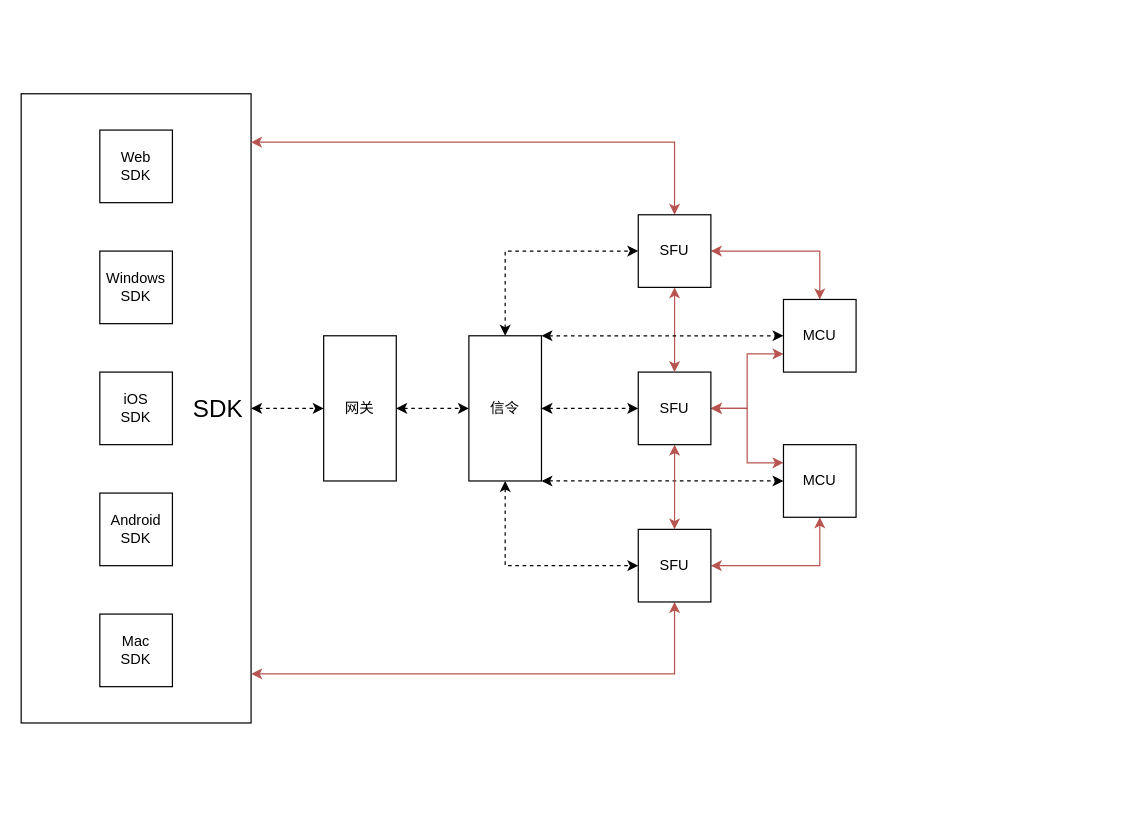
Earlier version of the draw.io diagram page "Page-8" (6 of 16) of Untitled Diagram.drawio (craterone/imgs). Source tidied: cells renumbered, new cells numbered last; positions are measured from the earlier drawing's top-left corner, leaving out a move shared by most shapes. Both pictures are drawn from the tidied source at 121%, with x=0, y=0 at pixel (21, 93).
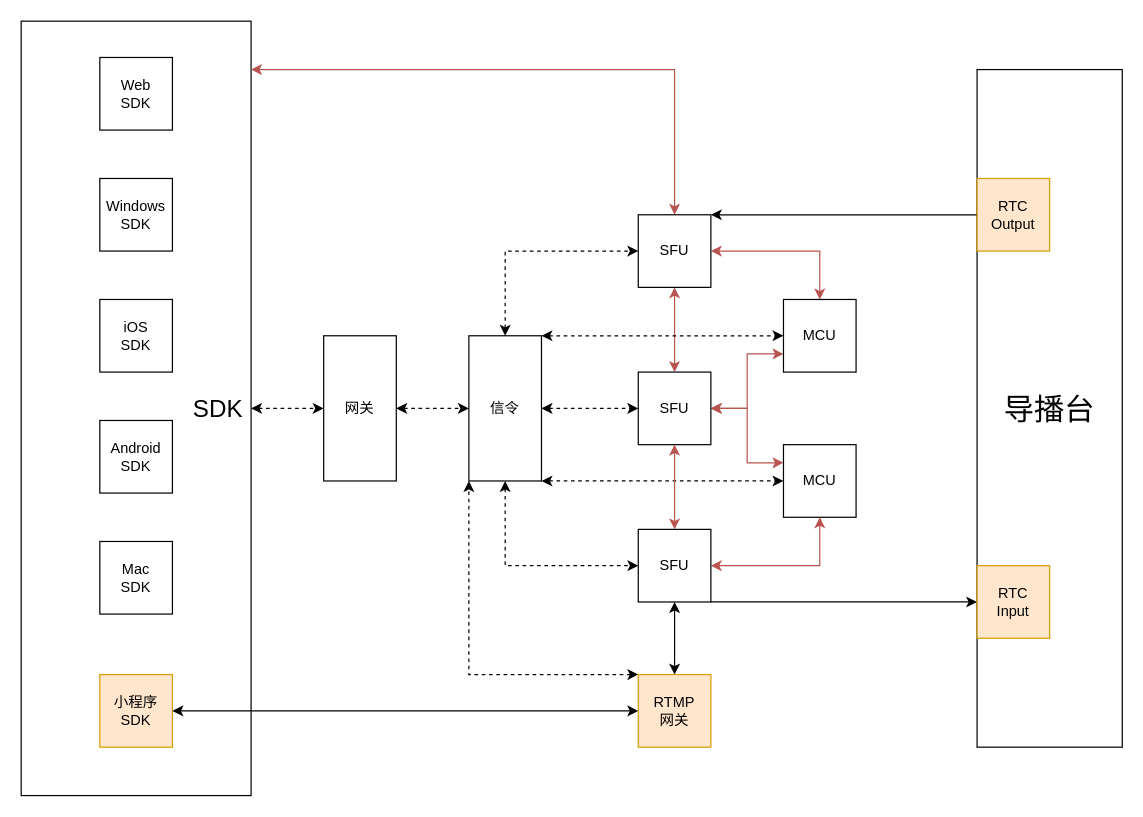
After the change.

The change refers to these unchanged cells:
```xml
<mxCell id="10" value="信令" style="rounded=0;whiteSpace=wrap;html=1;direction=south;" parent="1" vertex="1">
  <mxGeometry x="370" y="200" width="60" height="120" as="geometry" />
</mxCell>
<mxCell id="18" value="SFU" style="rounded=0;whiteSpace=wrap;html=1;direction=south;" parent="1" vertex="1">
  <mxGeometry x="510" y="100" width="60" height="60" as="geometry" />
</mxCell>
<mxCell id="21" value="SFU" style="rounded=0;whiteSpace=wrap;html=1;direction=south;" parent="1" vertex="1">
  <mxGeometry x="510" y="360" width="60" height="60" as="geometry" />
</mxCell>
```

The edit, as a diff of the source:
```diff
@@
     <mxCell id="3" value="&amp;nbsp; &amp;nbsp; &amp;nbsp; SDK&amp;nbsp;" style="rounded=0;html=1;align=right;fontSize=20;" parent="1" vertex="1">
-      <mxGeometry width="190" height="520" as="geometry" />
+      <mxGeometry y="-60" width="190" height="640" as="geometry" />
     </mxCell>
     <mxCell id="4" value="Windows&lt;br&gt;SDK" style="rounded=0;whiteSpace=wrap;html=1;direction=south;" parent="1" vertex="1">
-      <mxGeometry x="65" y="130" width="60" height="60" as="geometry" />
+      <mxGeometry x="65" y="70" width="60" height="60" as="geometry" />
     </mxCell>
@@
     <mxCell id="17" style="edgeStyle=orthogonalEdgeStyle;rounded=0;jettySize=auto;html=1;startArrow=classic;startFill=1;fontSize=20;fillColor=#f8cecc;strokeColor=#b85450;" parent="1" edge="1" source="18">
       <mxGeometry relative="1" as="geometry">
-        <mxPoint x="190" y="40" as="targetPoint" />
+        <mxPoint x="190" y="-20" as="targetPoint" />
         <Array as="points">
-          <mxPoint x="540" y="40" />
+          <mxPoint x="540" y="-20" />
         </Array>
       </mxGeometry>
     </mxCell>
@@
-    <mxCell id="20" style="edgeStyle=orthogonalEdgeStyle;rounded=0;jettySize=auto;html=1;entryX=1.001;entryY=0.922;entryDx=0;entryDy=0;entryPerimeter=0;startArrow=classic;startFill=1;fontSize=20;fillColor=#f8cecc;strokeColor=#b85450;" parent="1" edge="1" source="21" target="3">
-      <mxGeometry relative="1" as="geometry">
-        <Array as="points">
-          <mxPoint x="540" y="479" />
-        </Array>
-      </mxGeometry>
-    </mxCell>
+    <mxCell id="30" style="edgeStyle=orthogonalEdgeStyle;rounded=0;jettySize=auto;html=1;entryX=0;entryY=0.5;entryDx=0;entryDy=0;startArrow=classic;startFill=1;" parent="1" edge="1" source="21" target="35">
+      <mxGeometry relative="1" as="geometry" />
+    </mxCell>
+    <mxCell id="31" style="edgeStyle=orthogonalEdgeStyle;rounded=0;jettySize=auto;html=1;exitX=1;exitY=0;exitDx=0;exitDy=0;entryX=0.5;entryY=1;entryDx=0;entryDy=0;startArrow=none;startFill=0;" parent="1" edge="1" source="21" target="37">
+      <mxGeometry relative="1" as="geometry">
+        <Array as="points">
+          <mxPoint x="630" y="420" />
+          <mxPoint x="630" y="420" />
+        </Array>
+      </mxGeometry>
+    </mxCell>
@@
     <mxCell id="24" value="iOS&lt;br&gt;SDK" style="rounded=0;whiteSpace=wrap;html=1;direction=south;" parent="1" vertex="1">
-      <mxGeometry x="65" y="230" width="60" height="60" as="geometry" />
+      <mxGeometry x="65" y="170" width="60" height="60" as="geometry" />
     </mxCell>
     <mxCell id="25" value="Android&lt;br&gt;SDK" style="rounded=0;whiteSpace=wrap;html=1;direction=south;" parent="1" vertex="1">
-      <mxGeometry x="65" y="330" width="60" height="60" as="geometry" />
+      <mxGeometry x="65" y="270" width="60" height="60" as="geometry" />
     </mxCell>
     <mxCell id="26" value="Web&lt;br&gt;SDK" style="rounded=0;whiteSpace=wrap;html=1;direction=south;" parent="1" vertex="1">
-      <mxGeometry x="65" y="30" width="60" height="60" as="geometry" />
+      <mxGeometry x="65" y="-30" width="60" height="60" as="geometry" />
     </mxCell>
     <mxCell id="27" value="Mac&lt;br&gt;SDK" style="rounded=0;whiteSpace=wrap;html=1;direction=south;" parent="1" vertex="1">
-      <mxGeometry x="65" y="430" width="60" height="60" as="geometry" />
+      <mxGeometry x="65" y="370" width="60" height="60" as="geometry" />
     </mxCell>
@@
+    <mxCell id="32" value="小程序&lt;br&gt;SDK" style="rounded=0;whiteSpace=wrap;html=1;direction=south;fillColor=#ffe6cc;strokeColor=#d79b00;" parent="1" vertex="1">
+      <mxGeometry x="65" y="480" width="60" height="60" as="geometry" />
+    </mxCell>
+    <mxCell id="33" style="edgeStyle=orthogonalEdgeStyle;rounded=0;jettySize=auto;html=1;entryX=0.5;entryY=0;entryDx=0;entryDy=0;startArrow=classic;startFill=1;" parent="1" edge="1" source="35" target="32">
+      <mxGeometry relative="1" as="geometry" />
+    </mxCell>
+    <mxCell id="34" style="edgeStyle=orthogonalEdgeStyle;rounded=0;jettySize=auto;html=1;exitX=0;exitY=1;exitDx=0;exitDy=0;entryX=1;entryY=1;entryDx=0;entryDy=0;startArrow=classic;startFill=1;dashed=1;" parent="1" edge="1" source="35" target="10">
+      <mxGeometry relative="1" as="geometry">
+        <Array as="points">
+          <mxPoint x="370" y="480" />
+        </Array>
+      </mxGeometry>
+    </mxCell>
+    <mxCell id="35" value="RTMP&lt;br&gt;网关" style="rounded=0;whiteSpace=wrap;html=1;direction=south;fillColor=#ffe6cc;strokeColor=#d79b00;" parent="1" vertex="1">
+      <mxGeometry x="510" y="480" width="60" height="60" as="geometry" />
+    </mxCell>
+    <mxCell id="36" value="导播台" style="rounded=0;whiteSpace=wrap;html=1;fontSize=25;" parent="1" vertex="1">
+      <mxGeometry x="790" y="-20" width="120" height="560" as="geometry" />
+    </mxCell>
+    <mxCell id="37" value="RTC&lt;br&gt;Input" style="rounded=0;whiteSpace=wrap;html=1;direction=south;fillColor=#ffe6cc;strokeColor=#d79b00;" parent="1" vertex="1">
+      <mxGeometry x="790" y="390" width="60" height="60" as="geometry" />
+    </mxCell>
+    <mxCell id="38" style="edgeStyle=orthogonalEdgeStyle;rounded=0;jettySize=auto;html=1;entryX=0;entryY=0;entryDx=0;entryDy=0;fontSize=25;startArrow=none;startFill=0;exitX=0.5;exitY=1;exitDx=0;exitDy=0;endArrow=classic;endFill=1;" parent="1" edge="1" source="39" target="18">
+      <mxGeometry relative="1" as="geometry">
+        <Array as="points">
+          <mxPoint x="630" y="100" />
+          <mxPoint x="630" y="100" />
+        </Array>
+      </mxGeometry>
+    </mxCell>
+    <mxCell id="39" value="RTC&lt;br&gt;Output" style="rounded=0;whiteSpace=wrap;html=1;direction=south;fillColor=#ffe6cc;strokeColor=#d79b00;" parent="1" vertex="1">
+      <mxGeometry x="790" y="70" width="60" height="60" as="geometry" />
+    </mxCell>
```
